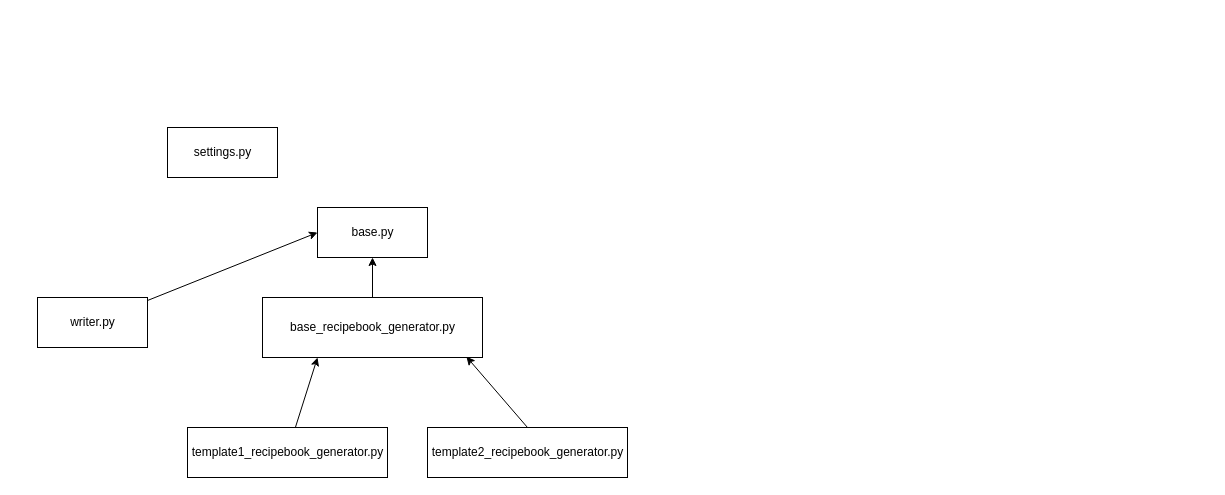
This is structure.drawio from auksasful/Freebie-content-generator, a draw.io file, before an edit. Source tidied: cells renumbered, new cells numbered last; positions are measured from the earlier drawing's top-left corner, leaving out a move shared by most shapes. Both pictures are drawn from the tidied source at 100%, with x=0, y=0 at pixel (37, 127).
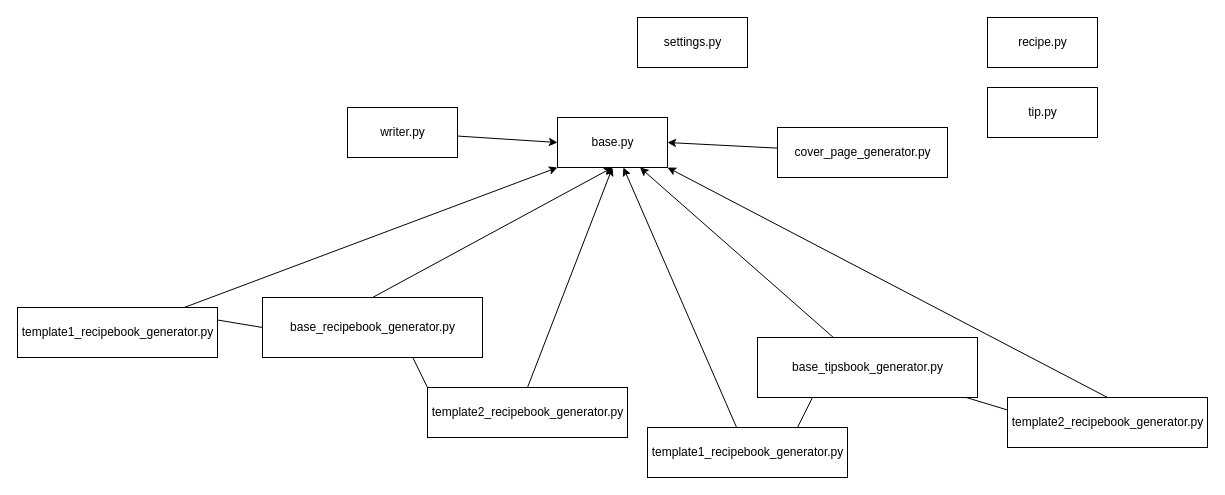
The same page after the edit.

Unchanged cells that the change refers to:
```xml
<mxCell id="5" value="base_recipebook_generator.py" style="html=1;" parent="1" vertex="1">
  <mxGeometry x="225" y="170" width="220" height="60" as="geometry" />
</mxCell>
```

The edit, as a diff of the source:
```diff
@@
     <mxCell id="2" value="base.py" style="html=1;" parent="1" vertex="1">
-      <mxGeometry x="280" y="80" width="110" height="50" as="geometry" />
+      <mxGeometry x="520" y="-10" width="110" height="50" as="geometry" />
     </mxCell>
     <mxCell id="3" value="settings.py" style="html=1;" parent="1" vertex="1">
-      <mxGeometry x="130" width="110" height="50" as="geometry" />
+      <mxGeometry x="600" y="-110" width="110" height="50" as="geometry" />
     </mxCell>
@@
-    <mxCell id="6" style="edgeStyle=none;html=1;entryX=0.25;entryY=1;entryDx=0;entryDy=0;" parent="1" edge="1" source="7" target="5">
+    <mxCell id="6" style="edgeStyle=none;html=1;entryX=0;entryY=1;entryDx=0;entryDy=0;" parent="1" edge="1" source="7" target="2">
       <mxGeometry relative="1" as="geometry" />
     </mxCell>
+    <mxCell id="12" style="edgeStyle=none;html=1;exitX=1;exitY=0.25;exitDx=0;exitDy=0;entryX=0;entryY=0.5;entryDx=0;entryDy=0;endArrow=none;endFill=0;" parent="1" edge="1" source="7" target="5">
+      <mxGeometry relative="1" as="geometry" />
+    </mxCell>
     <mxCell id="7" value="template1_recipebook_generator.py" style="html=1;" parent="1" vertex="1">
-      <mxGeometry x="150" y="300" width="200" height="50" as="geometry" />
+      <mxGeometry x="-20" y="180" width="200" height="50" as="geometry" />
     </mxCell>
-    <mxCell id="8" style="edgeStyle=none;html=1;exitX=0.5;exitY=0;exitDx=0;exitDy=0;entryX=0.927;entryY=0.987;entryDx=0;entryDy=0;entryPerimeter=0;" parent="1" edge="1" source="9" target="5">
+    <mxCell id="8" style="edgeStyle=none;html=1;exitX=0.5;exitY=0;exitDx=0;exitDy=0;entryX=0.5;entryY=1;entryDx=0;entryDy=0;" parent="1" edge="1" source="9" target="2">
       <mxGeometry relative="1" as="geometry" />
     </mxCell>
+    <mxCell id="13" style="edgeStyle=none;html=1;exitX=0;exitY=0;exitDx=0;exitDy=0;entryX=0.683;entryY=0.999;entryDx=0;entryDy=0;entryPerimeter=0;endArrow=none;endFill=0;" parent="1" edge="1" source="9" target="5">
+      <mxGeometry relative="1" as="geometry" />
+    </mxCell>
     <mxCell id="9" value="template2_recipebook_generator.py" style="html=1;" parent="1" vertex="1">
-      <mxGeometry x="390" y="300" width="200" height="50" as="geometry" />
+      <mxGeometry x="390" y="260" width="200" height="50" as="geometry" />
     </mxCell>
@@
     <mxCell id="11" value="writer.py" style="html=1;" parent="1" vertex="1">
-      <mxGeometry y="170" width="110" height="50" as="geometry" />
+      <mxGeometry x="310" y="-20" width="110" height="50" as="geometry" />
     </mxCell>
+    <mxCell id="14" style="edgeStyle=none;html=1;entryX=0.75;entryY=1;entryDx=0;entryDy=0;" parent="1" edge="1" source="15" target="2">
+      <mxGeometry relative="1" as="geometry" />
+    </mxCell>
+    <mxCell id="15" value="base_tipsbook_generator.py" style="html=1;" parent="1" vertex="1">
+      <mxGeometry x="720" y="210" width="220" height="60" as="geometry" />
+    </mxCell>
+    <mxCell id="16" style="edgeStyle=none;html=1;" parent="1" edge="1" source="18" target="2">
+      <mxGeometry relative="1" as="geometry" />
+    </mxCell>
+    <mxCell id="17" style="edgeStyle=none;html=1;exitX=0.75;exitY=0;exitDx=0;exitDy=0;entryX=0.25;entryY=1;entryDx=0;entryDy=0;endArrow=none;endFill=0;" parent="1" edge="1" source="18" target="15">
+      <mxGeometry relative="1" as="geometry" />
+    </mxCell>
+    <mxCell id="18" value="template1_recipebook_generator.py" style="html=1;" parent="1" vertex="1">
+      <mxGeometry x="610" y="300" width="200" height="50" as="geometry" />
+    </mxCell>
+    <mxCell id="19" style="edgeStyle=none;html=1;exitX=0.5;exitY=0;exitDx=0;exitDy=0;entryX=1;entryY=1;entryDx=0;entryDy=0;" parent="1" edge="1" source="21" target="2">
+      <mxGeometry relative="1" as="geometry" />
+    </mxCell>
+    <mxCell id="20" style="edgeStyle=none;html=1;exitX=0;exitY=0.25;exitDx=0;exitDy=0;endArrow=none;endFill=0;" parent="1" edge="1" source="21" target="15">
+      <mxGeometry relative="1" as="geometry" />
+    </mxCell>
+    <mxCell id="21" value="template2_recipebook_generator.py" style="html=1;" parent="1" vertex="1">
+      <mxGeometry x="970" y="270" width="200" height="50" as="geometry" />
+    </mxCell>
+    <mxCell id="22" style="edgeStyle=none;html=1;entryX=1;entryY=0.5;entryDx=0;entryDy=0;endArrow=classic;endFill=1;" parent="1" edge="1" source="23" target="2">
+      <mxGeometry relative="1" as="geometry" />
+    </mxCell>
+    <mxCell id="23" value="cover_page_generator.py" style="html=1;" parent="1" vertex="1">
+      <mxGeometry x="740" width="170" height="50" as="geometry" />
+    </mxCell>
+    <mxCell id="24" value="recipe.py" style="html=1;" parent="1" vertex="1">
+      <mxGeometry x="950" y="-110" width="110" height="50" as="geometry" />
+    </mxCell>
+    <mxCell id="25" value="tip.py" style="html=1;" parent="1" vertex="1">
+      <mxGeometry x="950" y="-40" width="110" height="50" as="geometry" />
+    </mxCell>
```
